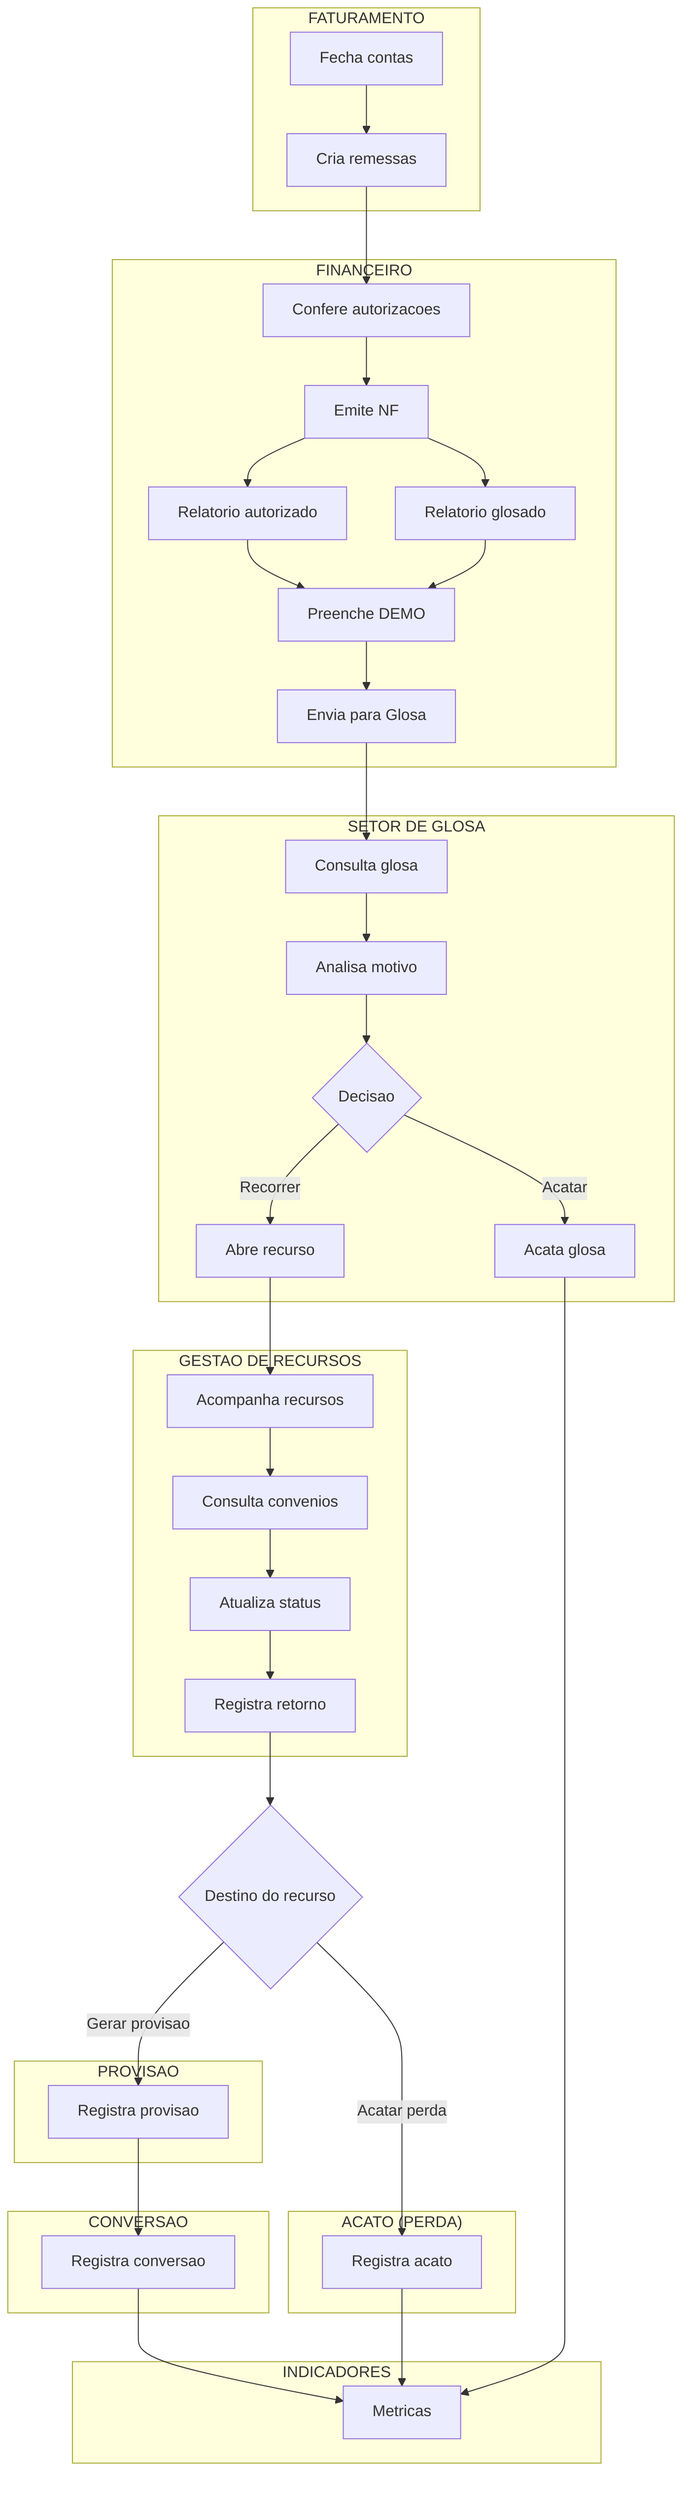
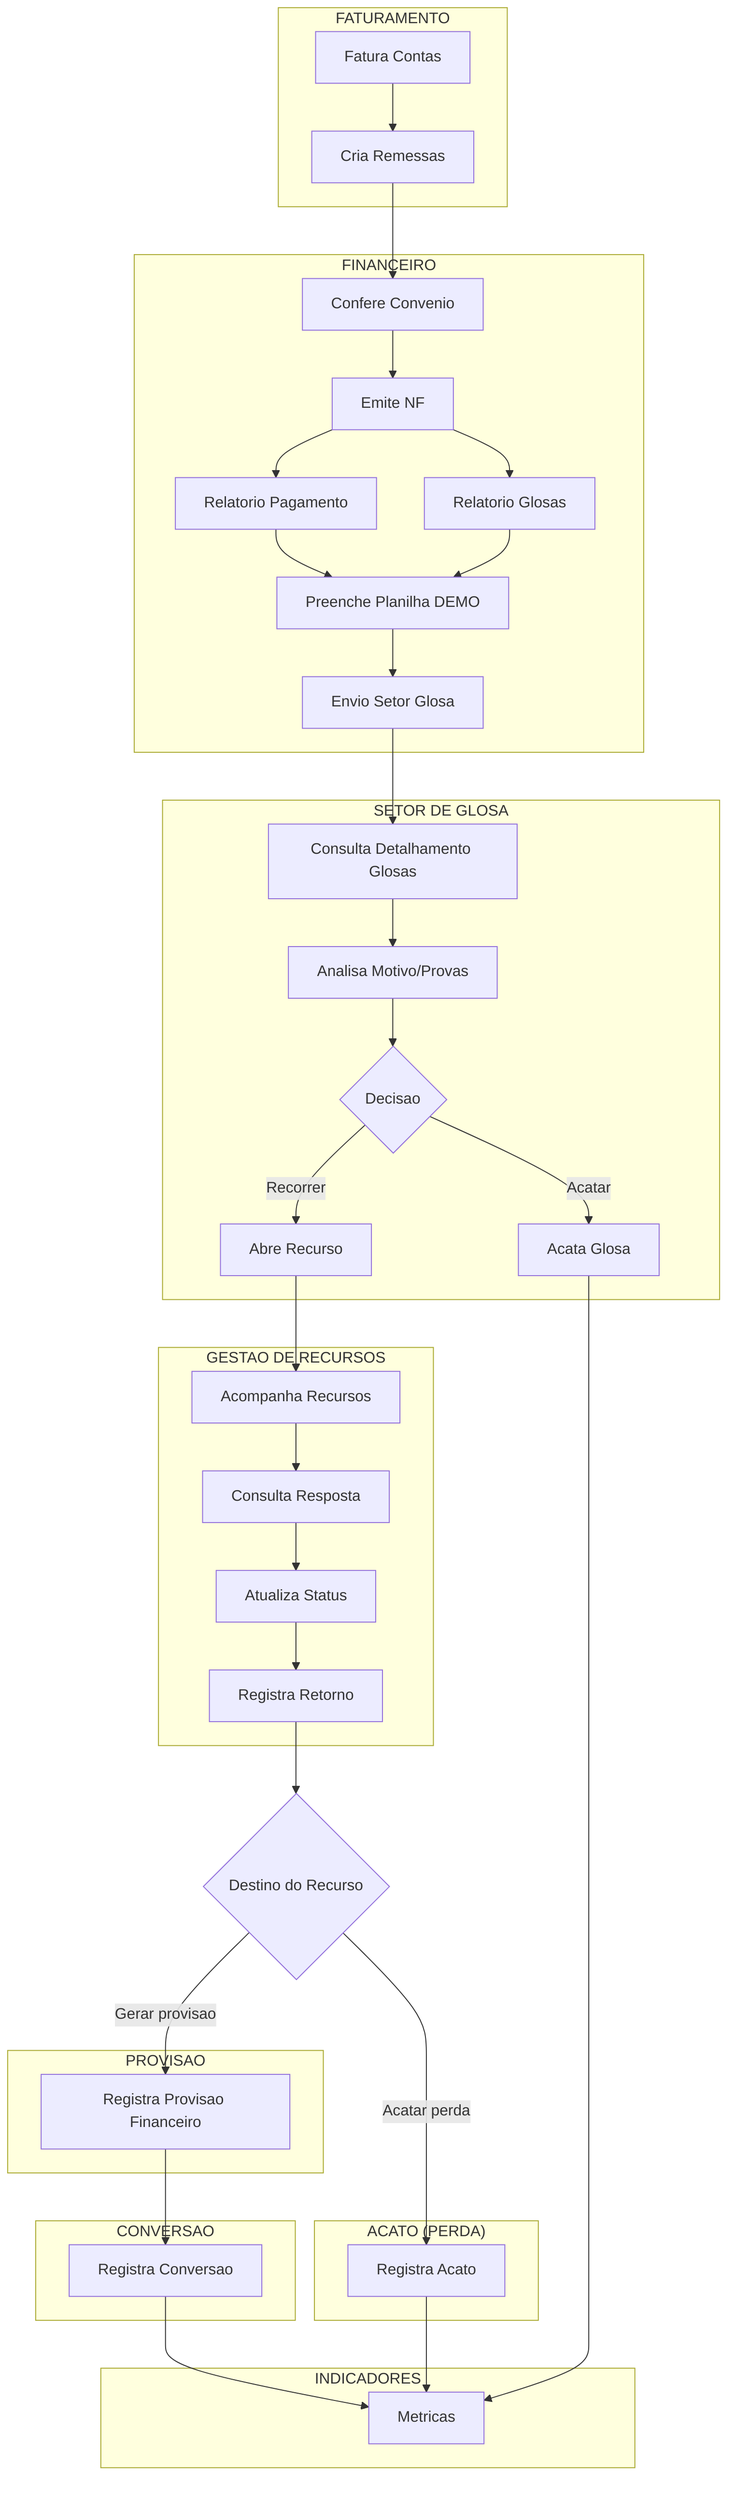
flowchart TD

subgraph FAT["FATURAMENTO"]
- A["Fecha contas"]
- B["Cria remessas"]
+ A["Fatura Contas"]
+ B["Cria Remessas"]
A --> B
end

subgraph FIN["FINANCEIRO"]
- C["Confere autorizacoes"]
+ C["Confere Convenio"]
D["Emite NF"]
- E["Relatorio autorizado"]
- F["Relatorio glosado"]
- G["Preenche DEMO"]
- H["Envia para Glosa"]
+ E["Relatorio Pagamento"]
+ F["Relatorio Glosas"]
+ G["Preenche Planilha DEMO"]
+ H["Envio Setor Glosa"]
C --> D
D --> E
D --> F
E --> G
F --> G
G --> H
end

subgraph GLO["SETOR DE GLOSA"]
- I["Consulta glosa"]
- J["Analisa motivo"]
+ I["Consulta Detalhamento Glosas"]
+ J["Analisa Motivo/Provas"]
K{"Decisao"}
- L["Abre recurso"]
- M["Acata glosa"]
+ L["Abre Recurso"]
+ M["Acata Glosa"]
I --> J
J --> K
K -->|Recorrer| L
K -->|Acatar| M
end

subgraph REC["GESTAO DE RECURSOS"]
- N["Acompanha recursos"]
- O["Consulta convenios"]
- P["Atualiza status"]
- Q["Registra retorno"]
+ N["Acompanha Recursos"]
+ O["Consulta Resposta"]
+ P["Atualiza Status"]
+ Q["Registra Retorno"]
N --> O
O --> P
P --> Q
end

- U{"Destino do recurso"}
+ U{"Destino do Recurso"}

subgraph PROV["PROVISAO"]
- R["Registra provisao"]
+ R["Registra Provisao Financeiro"]
end

subgraph PERDA["ACATO (PERDA)"]
- V["Registra acato"]
+ V["Registra Acato"]
end

subgraph CONV["CONVERSAO"]
- S["Registra conversao"]
+ S["Registra Conversao"]
end

subgraph KPI["INDICADORES"]
T["Metricas"]
end

B --> C
H --> I
L --> N
Q --> U
U -->|Gerar provisao| R
U -->|Acatar perda| V
R --> S
S --> T
V --> T
M --> T
